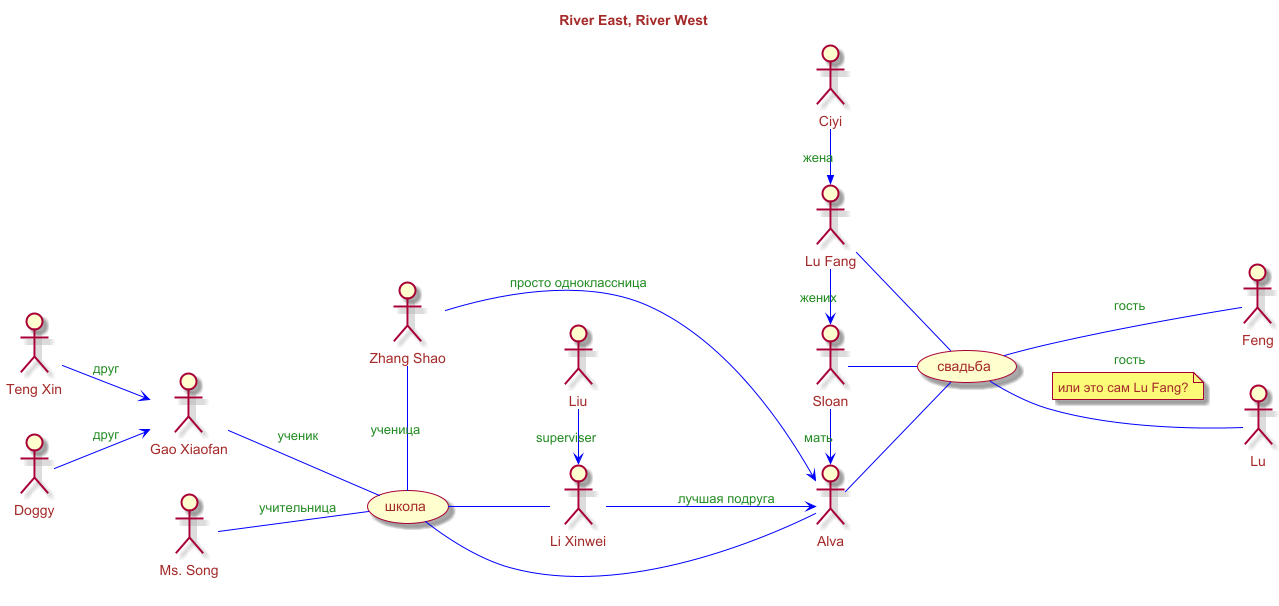
Earlier version of the PlantUML export river-River_East__River_West.png (olek3/reading).
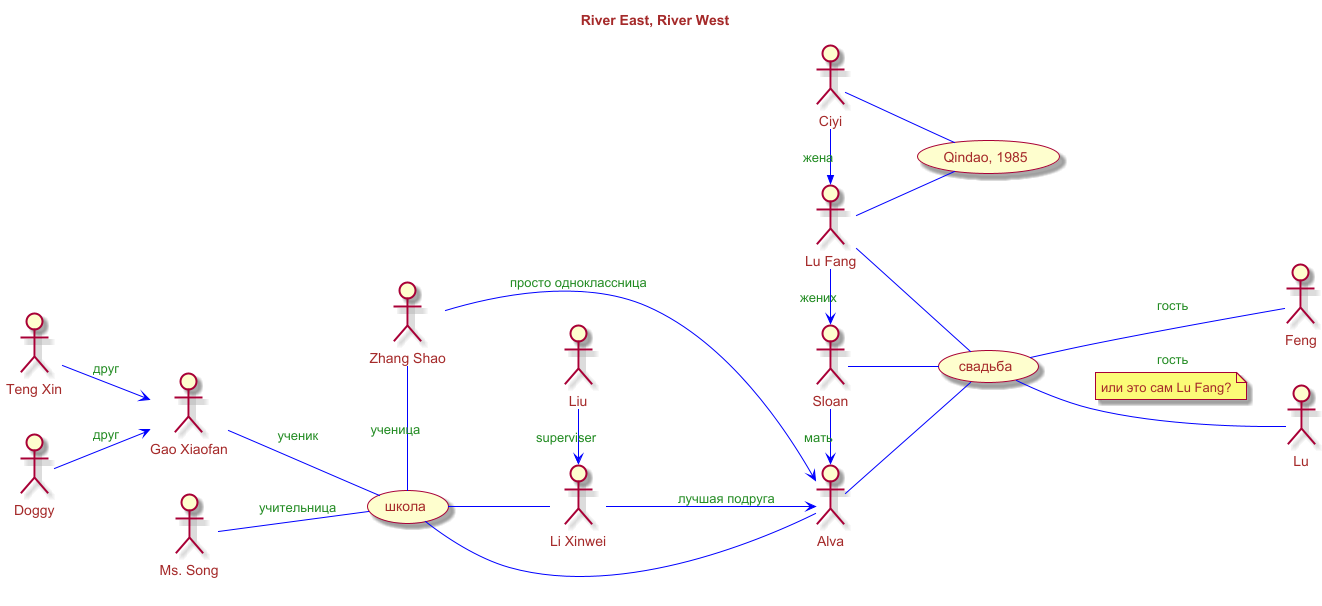
Above is the later version.

The edit, as a diff of the source:
```diff
@@ -66,7 +66,12 @@
 
 :Ciyi: as Ciyi
 
+
+(Qindao, 1985) as Qingdao
+
 Ciyi ->> Fang : жена
 
+Ciyi -- Qingdao
+Fang -- Qingdao
 
 @enduml
```
